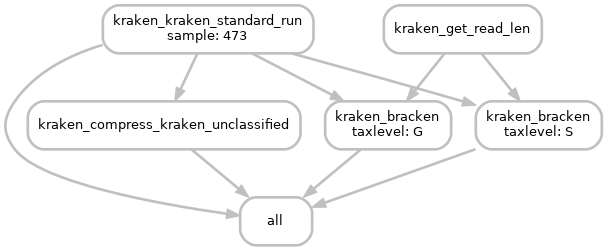
Earlier version of the Graphviz export images/kraken_dag.png (vdblab/vdblab-shotgun). Its source is kept beside it as images/kraken_dag.dot. The source it was exported from:
```dot
digraph snakemake_dag {
    graph[bgcolor=white, margin=0];
    node[shape=box, style=rounded, fontname=sans,                 fontsize=10, penwidth=2];
    edge[penwidth=2, color=grey];
	0[label = "all", color = "grey", style="rounded"];
	1[label = "kraken_kraken_standard_run\nsample: 473", color = "grey", style="rounded"];
	2[label = "kraken_compress_kraken_unclassified", color = "grey", style="rounded"];
	3[label = "kraken_get_read_len", color = "grey", style="rounded"];
	4[label = "kraken_bracken\ntaxlevel: G", color = "grey", style="rounded"];
	5[label = "kraken_bracken\ntaxlevel: S", color = "grey", style="rounded"];
	1 -> 0
	2 -> 0
	4 -> 0
	5 -> 0
	1 -> 2
	3 -> 4
	1 -> 4
	3 -> 5
	1 -> 5
}
```
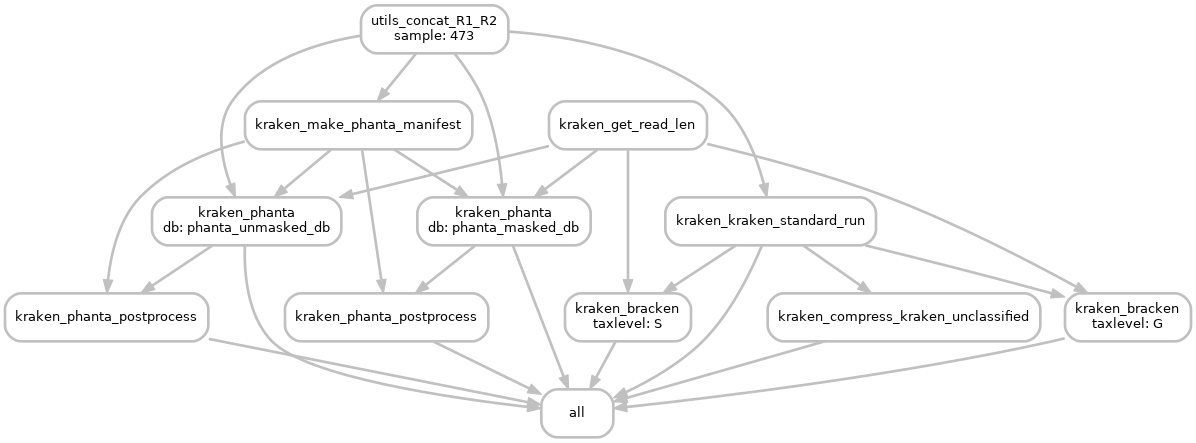
After the change.

Diff of the diagram source:
```diff
@@ -3,18 +3,40 @@
     node[shape=box, style=rounded, fontname=sans,                 fontsize=10, penwidth=2];
     edge[penwidth=2, color=grey];
 	0[label = "all", color = "grey", style="rounded"];
-	1[label = "kraken_kraken_standard_run\nsample: 473", color = "grey", style="rounded"];
-	2[label = "kraken_compress_kraken_unclassified", color = "grey", style="rounded"];
-	3[label = "kraken_get_read_len", color = "grey", style="rounded"];
-	4[label = "kraken_bracken\ntaxlevel: G", color = "grey", style="rounded"];
-	5[label = "kraken_bracken\ntaxlevel: S", color = "grey", style="rounded"];
+	1[label = "kraken_kraken_standard_run", color = "grey", style="rounded"];
+	2[label = "utils_concat_R1_R2\nsample: 473", color = "grey", style="rounded"];
+	3[label = "kraken_compress_kraken_unclassified", color = "grey", style="rounded"];
+	4[label = "kraken_get_read_len", color = "grey", style="rounded"];
+	5[label = "kraken_make_phanta_manifest", color = "grey", style="rounded"];
+	6[label = "kraken_phanta_postprocess", color = "grey", style="rounded"];
+	7[label = "kraken_phanta_postprocess", color = "grey", style="rounded"];
+	8[label = "kraken_bracken\ntaxlevel: G", color = "grey", style="rounded"];
+	9[label = "kraken_bracken\ntaxlevel: S", color = "grey", style="rounded"];
+	10[label = "kraken_phanta\ndb: phanta_unmasked_db", color = "grey", style="rounded"];
+	11[label = "kraken_phanta\ndb: phanta_masked_db", color = "grey", style="rounded"];
 	1 -> 0
-	2 -> 0
-	4 -> 0
-	5 -> 0
-	1 -> 2
-	3 -> 4
-	1 -> 4
-	3 -> 5
-	1 -> 5
+	3 -> 0
+	6 -> 0
+	7 -> 0
+	8 -> 0
+	9 -> 0
+	10 -> 0
+	11 -> 0
+	2 -> 1
+	1 -> 3
+	2 -> 5
+	5 -> 6
+	10 -> 6
+	5 -> 7
+	11 -> 7
+	4 -> 8
+	1 -> 8
+	4 -> 9
+	1 -> 9
+	2 -> 10
+	5 -> 10
+	4 -> 10
+	2 -> 11
+	5 -> 11
+	4 -> 11
 }
```
